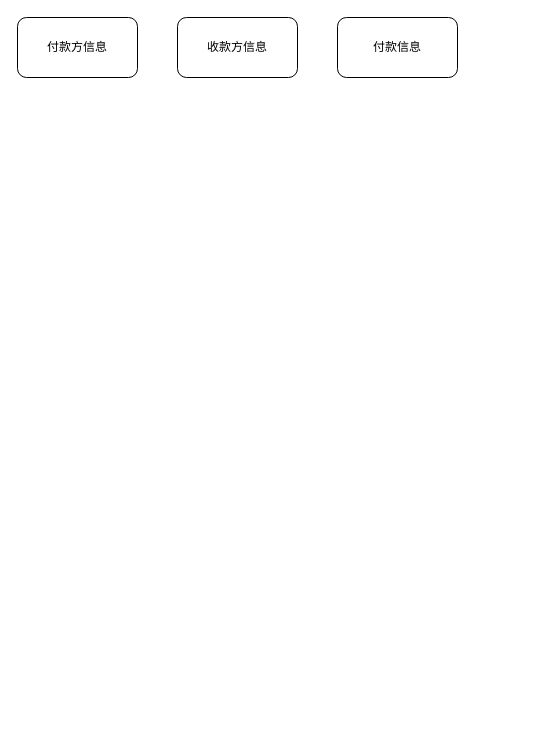
This is LLSI/付款风控初版.drawio from 0573xieguojia/To-program, a draw.io file, before an edit. Source tidied: cells renumbered, new cells numbered last; positions are measured from the earlier drawing's top-left corner, leaving out a move shared by most shapes. Both pictures are drawn from the tidied source at 100%, with x=0, y=0 at pixel (17, 17).
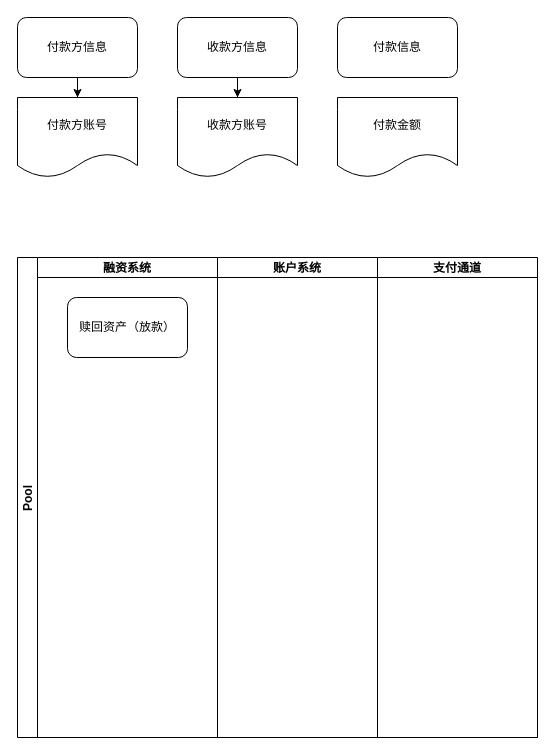
After the change.

Commit message (it also covers changes not shown here):
更新付款风控初版.drawio

Change to the diagram source:
```diff
@@
 <mxGraphModel>
   <root>
     <mxCell id="0" />
     <mxCell id="1" parent="0" />
+    <mxCell id="5" style="edgeStyle=orthogonalEdgeStyle;rounded=0;jettySize=auto;html=1;exitX=0.5;exitY=1;exitDx=0;exitDy=0;" parent="1" edge="1" source="2" target="7">
+      <mxGeometry relative="1" as="geometry" />
+    </mxCell>
     <mxCell id="2" value="付款方信息" style="rounded=1;whiteSpace=wrap;html=1;" parent="1" vertex="1">
       <mxGeometry width="120" height="60" as="geometry" />
     </mxCell>
+    <mxCell id="6" style="edgeStyle=orthogonalEdgeStyle;rounded=0;jettySize=auto;html=1;exitX=0.5;exitY=1;exitDx=0;exitDy=0;" parent="1" edge="1" source="3" target="8">
+      <mxGeometry relative="1" as="geometry" />
+    </mxCell>
     <mxCell id="3" value="收款方信息" style="rounded=1;whiteSpace=wrap;html=1;" parent="1" vertex="1">
       <mxGeometry x="160" width="120" height="60" as="geometry" />
     </mxCell>
     <mxCell id="4" value="付款信息" style="rounded=1;whiteSpace=wrap;html=1;" parent="1" vertex="1">
       <mxGeometry x="320" width="120" height="60" as="geometry" />
     </mxCell>
+    <mxCell id="7" value="付款方账号" style="shape=document;whiteSpace=wrap;html=1;boundedLbl=1;" parent="1" vertex="1">
+      <mxGeometry y="80" width="120" height="80" as="geometry" />
+    </mxCell>
+    <mxCell id="8" value="收款方账号" style="shape=document;whiteSpace=wrap;html=1;boundedLbl=1;" parent="1" vertex="1">
+      <mxGeometry x="160" y="80" width="120" height="80" as="geometry" />
+    </mxCell>
+    <mxCell id="9" value="付款金额" style="shape=document;whiteSpace=wrap;html=1;boundedLbl=1;" parent="1" vertex="1">
+      <mxGeometry x="320" y="80" width="120" height="80" as="geometry" />
+    </mxCell>
+    <mxCell id="10" value="Pool" style="swimlane;startSize=20;horizontal=0;" parent="1" vertex="1">
+      <mxGeometry y="240" width="520" height="480" as="geometry" />
+    </mxCell>
+    <mxCell id="11" value="融资系统" style="swimlane;startSize=20;" parent="10" vertex="1">
+      <mxGeometry x="20" width="180" height="480" as="geometry" />
+    </mxCell>
+    <mxCell id="12" value="赎回资产（放款）" style="rounded=1;whiteSpace=wrap;html=1;" parent="11" vertex="1">
+      <mxGeometry x="30" y="40" width="120" height="60" as="geometry" />
+    </mxCell>
+    <mxCell id="13" value="账户系统" style="swimlane;startSize=20;" parent="10" vertex="1">
+      <mxGeometry x="200" width="160" height="480" as="geometry" />
+    </mxCell>
+    <mxCell id="14" value="支付通道" style="swimlane;startSize=20;" parent="10" vertex="1">
+      <mxGeometry x="360" width="160" height="480" as="geometry" />
+    </mxCell>
   </root>
 </mxGraphModel>
```
